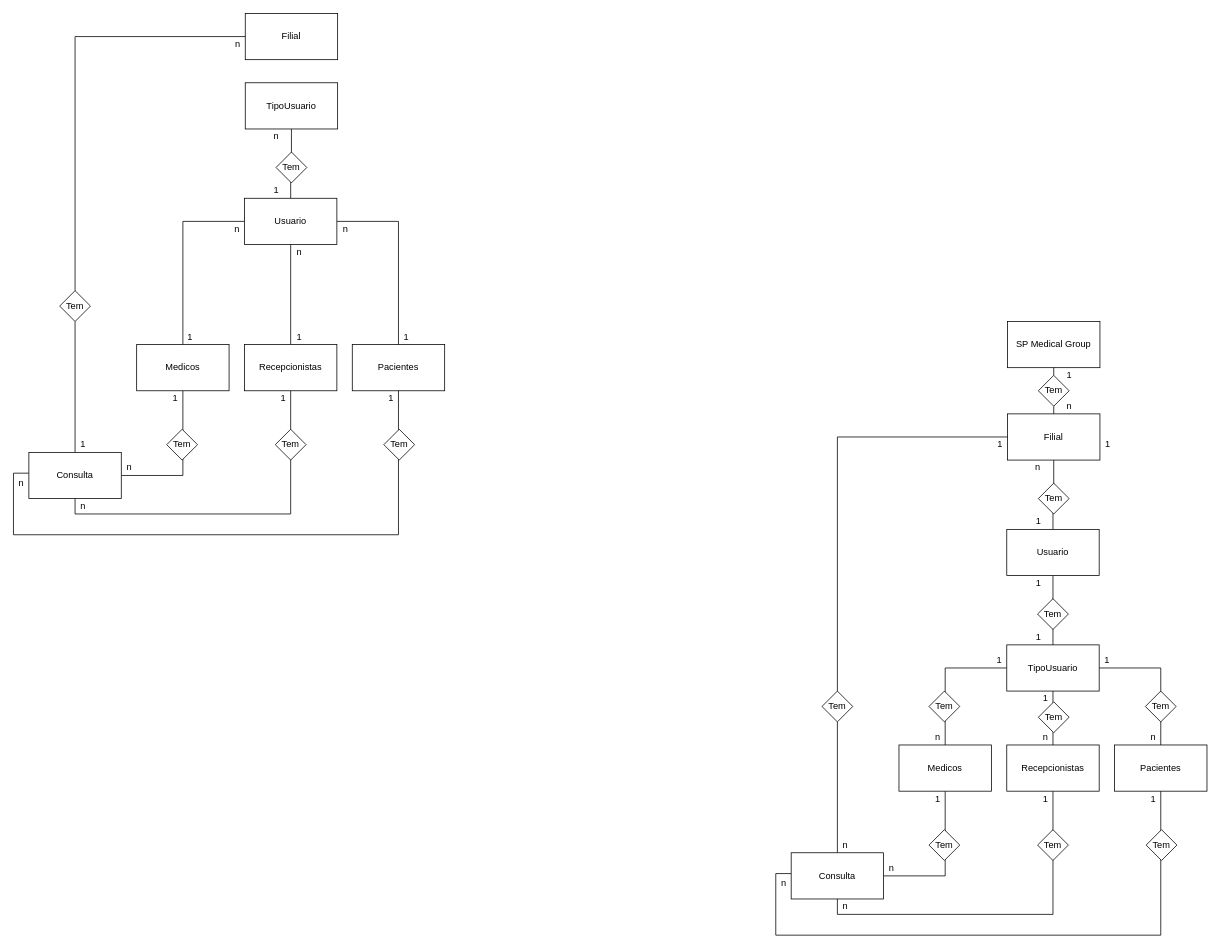
Before: Modelagem/Conceitual.drawio in AndreAzevedoCoder/senai_spmedgroup_sprints1_bd_manha_AndreAzevedo, a draw.io diagram. Source tidied: cells renumbered, new cells numbered last; positions are measured from the earlier drawing's top-left corner, leaving out a move shared by most shapes. Both pictures are drawn from the tidied source at 77%, with x=0, y=0 at pixel (13, 13).
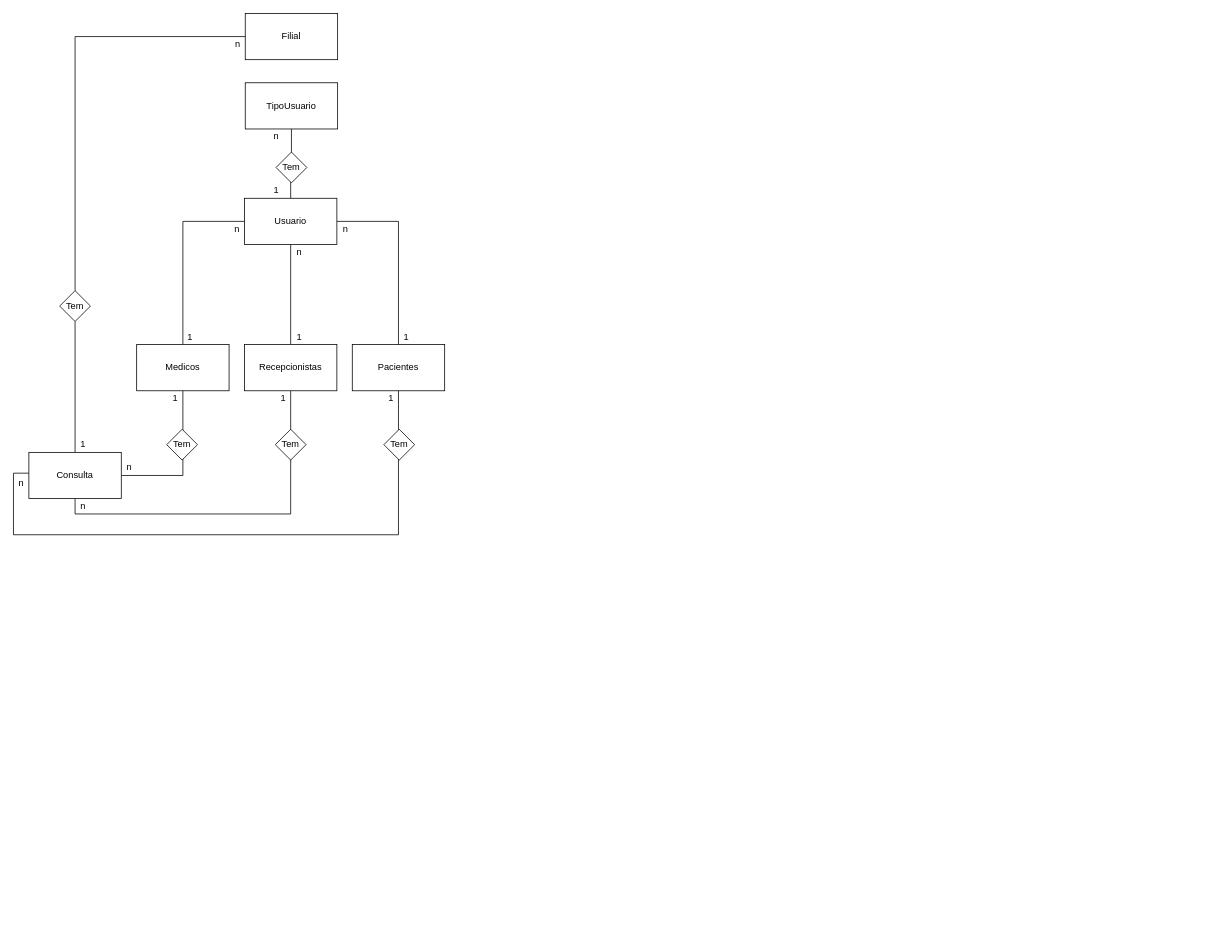
After the change.

Change to the diagram source:
```diff
@@
-    <mxCell id="33" style="edgeStyle=orthogonalEdgeStyle;rounded=0;jettySize=auto;html=1;entryX=0.5;entryY=0;entryDx=0;entryDy=0;endArrow=none;endFill=0;" parent="1" edge="1" source="55" target="42">
-      <mxGeometry relative="1" as="geometry" />
-    </mxCell>
-    <mxCell id="34" style="edgeStyle=orthogonalEdgeStyle;rounded=0;jettySize=auto;html=1;exitX=0.5;exitY=1;exitDx=0;exitDy=0;entryX=0.5;entryY=0;entryDx=0;entryDy=0;endArrow=none;endFill=0;" parent="1" edge="1" source="35" target="80">
-      <mxGeometry relative="1" as="geometry" />
-    </mxCell>
-    <mxCell id="35" value="Filial" style="rounded=0;whiteSpace=wrap;html=1;" parent="1" vertex="1">
-      <mxGeometry x="1291" y="520" width="120" height="60" as="geometry" />
-    </mxCell>
-    <mxCell id="36" style="edgeStyle=orthogonalEdgeStyle;rounded=0;jettySize=auto;html=1;exitX=0.5;exitY=1;exitDx=0;exitDy=0;entryX=0.5;entryY=0;entryDx=0;entryDy=0;endArrow=none;endFill=0;" parent="1" edge="1" source="53" target="35">
-      <mxGeometry relative="1" as="geometry" />
-    </mxCell>
-    <mxCell id="37" value="SP Medical Group" style="rounded=0;whiteSpace=wrap;html=1;" parent="1" vertex="1">
-      <mxGeometry x="1291" y="400" width="120" height="60" as="geometry" />
-    </mxCell>
-    <mxCell id="38" value="1" style="text;html=1;align=center;verticalAlign=middle;" parent="1" vertex="1">
-      <mxGeometry x="1361" y="460" width="20" height="20" as="geometry" />
-    </mxCell>
-    <mxCell id="39" value="n" style="text;html=1;align=center;verticalAlign=middle;" parent="1" vertex="1">
-      <mxGeometry x="1361" y="500" width="20" height="20" as="geometry" />
-    </mxCell>
-    <mxCell id="40" style="edgeStyle=orthogonalEdgeStyle;rounded=0;jettySize=auto;html=1;exitX=1;exitY=0.5;exitDx=0;exitDy=0;endArrow=none;endFill=0;" parent="1" edge="1" source="42" target="45">
-      <mxGeometry relative="1" as="geometry" />
-    </mxCell>
-    <mxCell id="41" style="edgeStyle=orthogonalEdgeStyle;rounded=0;jettySize=auto;html=1;endArrow=none;endFill=0;entryX=1.18;entryY=-0.21;entryDx=0;entryDy=0;entryPerimeter=0;" parent="1" edge="1" source="42" target="59">
-      <mxGeometry relative="1" as="geometry">
-        <Array as="points">
-          <mxPoint x="990" y="1117" />
-          <mxPoint x="990" y="1197" />
-          <mxPoint x="1490" y="1197" />
-          <mxPoint x="1490" y="1006" />
-        </Array>
-      </mxGeometry>
-    </mxCell>
-    <mxCell id="42" value="Consulta" style="rounded=0;whiteSpace=wrap;html=1;" parent="1" vertex="1">
-      <mxGeometry x="1010" y="1090" width="120" height="60" as="geometry" />
-    </mxCell>
-    <mxCell id="43" value="1" style="text;html=1;align=center;verticalAlign=middle;" parent="1" vertex="1">
-      <mxGeometry x="1271" y="550" width="20" height="20" as="geometry" />
-    </mxCell>
-    <mxCell id="44" value="n" style="text;html=1;align=center;verticalAlign=middle;" parent="1" vertex="1">
-      <mxGeometry x="1070" y="1070" width="20" height="20" as="geometry" />
-    </mxCell>
-    <mxCell id="45" value="Medicos" style="rounded=0;whiteSpace=wrap;html=1;" parent="1" vertex="1">
-      <mxGeometry x="1150" y="950" width="120" height="60" as="geometry" />
-    </mxCell>
-    <mxCell id="46" value="1" style="text;html=1;align=center;verticalAlign=middle;" parent="1" vertex="1">
-      <mxGeometry x="1321" y="800" width="20" height="20" as="geometry" />
-    </mxCell>
-    <mxCell id="47" value="n" style="text;html=1;align=center;verticalAlign=middle;" parent="1" vertex="1">
-      <mxGeometry x="1190" y="930" width="20" height="20" as="geometry" />
-    </mxCell>
-    <mxCell id="48" style="edgeStyle=orthogonalEdgeStyle;rounded=0;jettySize=auto;html=1;exitX=0.5;exitY=1;exitDx=0;exitDy=0;entryX=0.5;entryY=1;entryDx=0;entryDy=0;endArrow=none;endFill=0;" parent="1" edge="1" source="49" target="42">
-      <mxGeometry relative="1" as="geometry" />
-    </mxCell>
-    <mxCell id="49" value="Recepcionistas" style="rounded=0;whiteSpace=wrap;html=1;" parent="1" vertex="1">
-      <mxGeometry x="1290" y="950" width="120" height="60" as="geometry" />
-    </mxCell>
-    <mxCell id="50" value="n" style="text;html=1;align=center;verticalAlign=middle;" parent="1" vertex="1">
-      <mxGeometry x="1330" y="930" width="20" height="20" as="geometry" />
-    </mxCell>
-    <mxCell id="51" value="Pacientes" style="rounded=0;whiteSpace=wrap;html=1;" parent="1" vertex="1">
-      <mxGeometry x="1430" y="950" width="120" height="60" as="geometry" />
-    </mxCell>
-    <mxCell id="52" value="n" style="text;html=1;align=center;verticalAlign=middle;" parent="1" vertex="1">
-      <mxGeometry x="1470" y="930" width="20" height="20" as="geometry" />
-    </mxCell>
-    <mxCell id="53" value="Tem" style="rhombus;whiteSpace=wrap;html=1;" parent="1" vertex="1">
-      <mxGeometry x="1331" y="470" width="40" height="40" as="geometry" />
-    </mxCell>
-    <mxCell id="54" style="edgeStyle=orthogonalEdgeStyle;rounded=0;jettySize=auto;html=1;exitX=0.5;exitY=1;exitDx=0;exitDy=0;entryX=0.5;entryY=0;entryDx=0;entryDy=0;endArrow=none;endFill=0;" parent="1" edge="1" source="37" target="53">
-      <mxGeometry relative="1" as="geometry" />
-    </mxCell>
-    <mxCell id="55" value="Tem" style="rhombus;whiteSpace=wrap;html=1;" parent="1" vertex="1">
-      <mxGeometry x="1050" y="880" width="40" height="40" as="geometry" />
-    </mxCell>
-    <mxCell id="56" style="edgeStyle=orthogonalEdgeStyle;rounded=0;jettySize=auto;html=1;entryX=0.5;entryY=0;entryDx=0;entryDy=0;endArrow=none;endFill=0;" parent="1" edge="1" source="35" target="55">
-      <mxGeometry relative="1" as="geometry" />
-    </mxCell>
-    <mxCell id="57" value="1" style="text;html=1;align=center;verticalAlign=middle;" parent="1" vertex="1">
-      <mxGeometry x="1190" y="1010" width="20" height="20" as="geometry" />
-    </mxCell>
-    <mxCell id="58" value="1" style="text;html=1;align=center;verticalAlign=middle;" parent="1" vertex="1">
-      <mxGeometry x="1330" y="1010" width="20" height="20" as="geometry" />
-    </mxCell>
-    <mxCell id="59" value="1" style="text;html=1;align=center;verticalAlign=middle;points=[];" parent="1" vertex="1">
-      <mxGeometry x="1470" y="1010" width="20" height="20" as="geometry" />
-    </mxCell>
-    <mxCell id="60" value="n" style="text;html=1;align=center;verticalAlign=middle;" parent="1" vertex="1">
-      <mxGeometry x="1130" y="1100" width="20" height="20" as="geometry" />
-    </mxCell>
-    <mxCell id="61" value="n" style="text;html=1;align=center;verticalAlign=middle;" parent="1" vertex="1">
-      <mxGeometry x="1070" y="1150" width="20" height="20" as="geometry" />
-    </mxCell>
-    <mxCell id="62" value="Tem" style="rhombus;whiteSpace=wrap;html=1;" parent="1" vertex="1">
-      <mxGeometry x="1330" y="1060" width="40" height="40" as="geometry" />
-    </mxCell>
-    <mxCell id="63" value="Tem" style="rhombus;whiteSpace=wrap;html=1;" parent="1" vertex="1">
-      <mxGeometry x="1471" y="1060" width="40" height="40" as="geometry" />
-    </mxCell>
-    <mxCell id="64" value="Tem" style="rhombus;whiteSpace=wrap;html=1;" parent="1" vertex="1">
-      <mxGeometry x="1189" y="1060" width="40" height="40" as="geometry" />
-    </mxCell>
-    <mxCell id="65" value="1" style="text;html=1;align=center;verticalAlign=middle;" parent="1" vertex="1">
-      <mxGeometry x="1411" y="550" width="20" height="20" as="geometry" />
-    </mxCell>
-    <mxCell id="66" value="n" style="text;html=1;align=center;verticalAlign=middle;" parent="1" vertex="1">
-      <mxGeometry x="990" y="1120" width="20" height="20" as="geometry" />
-    </mxCell>
-    <mxCell id="67" style="edgeStyle=orthogonalEdgeStyle;rounded=0;jettySize=auto;html=1;exitX=0;exitY=0.5;exitDx=0;exitDy=0;endArrow=none;endFill=0;" parent="1" edge="1" source="70" target="45">
-      <mxGeometry relative="1" as="geometry" />
-    </mxCell>
-    <mxCell id="68" style="edgeStyle=orthogonalEdgeStyle;rounded=0;jettySize=auto;html=1;exitX=1;exitY=0.5;exitDx=0;exitDy=0;endArrow=none;endFill=0;" parent="1" edge="1" source="70" target="51">
-      <mxGeometry relative="1" as="geometry" />
-    </mxCell>
-    <mxCell id="69" style="edgeStyle=orthogonalEdgeStyle;rounded=0;jettySize=auto;html=1;exitX=0.5;exitY=1;exitDx=0;exitDy=0;endArrow=none;endFill=0;" parent="1" edge="1" source="70" target="49">
-      <mxGeometry relative="1" as="geometry" />
-    </mxCell>
-    <mxCell id="70" value="TipoUsuario" style="rounded=0;whiteSpace=wrap;html=1;" parent="1" vertex="1">
-      <mxGeometry x="1290" y="820" width="120" height="60" as="geometry" />
-    </mxCell>
-    <mxCell id="71" value="1" style="text;html=1;align=center;verticalAlign=middle;" parent="1" vertex="1">
-      <mxGeometry x="1270" y="830" width="20" height="20" as="geometry" />
-    </mxCell>
-    <mxCell id="72" value="1" style="text;html=1;align=center;verticalAlign=middle;" parent="1" vertex="1">
-      <mxGeometry x="1330" y="880" width="20" height="20" as="geometry" />
-    </mxCell>
-    <mxCell id="73" value="1" style="text;html=1;align=center;verticalAlign=middle;" parent="1" vertex="1">
-      <mxGeometry x="1410" y="830" width="20" height="20" as="geometry" />
-    </mxCell>
-    <mxCell id="74" value="n" style="text;html=1;align=center;verticalAlign=middle;" parent="1" vertex="1">
-      <mxGeometry x="1320" y="580" width="20" height="20" as="geometry" />
-    </mxCell>
-    <mxCell id="75" value="Tem" style="rhombus;whiteSpace=wrap;html=1;" parent="1" vertex="1">
-      <mxGeometry x="1331" y="610" width="40" height="40" as="geometry" />
-    </mxCell>
-    <mxCell id="76" value="Tem" style="rhombus;whiteSpace=wrap;html=1;" parent="1" vertex="1">
-      <mxGeometry x="1189" y="880" width="40" height="40" as="geometry" />
-    </mxCell>
-    <mxCell id="77" value="Tem" style="rhombus;whiteSpace=wrap;html=1;" parent="1" vertex="1">
-      <mxGeometry x="1470" y="880" width="40" height="40" as="geometry" />
-    </mxCell>
-    <mxCell id="78" value="Tem" style="rhombus;whiteSpace=wrap;html=1;" parent="1" vertex="1">
-      <mxGeometry x="1331" y="894" width="40" height="40" as="geometry" />
-    </mxCell>
-    <mxCell id="79" style="edgeStyle=orthogonalEdgeStyle;rounded=0;jettySize=auto;html=1;exitX=0.5;exitY=1;exitDx=0;exitDy=0;entryX=0.5;entryY=0;entryDx=0;entryDy=0;endArrow=none;endFill=0;" parent="1" edge="1" source="80" target="70">
-      <mxGeometry relative="1" as="geometry" />
-    </mxCell>
-    <mxCell id="80" value="Usuario" style="rounded=0;whiteSpace=wrap;html=1;" parent="1" vertex="1">
-      <mxGeometry x="1290" y="670" width="120" height="60" as="geometry" />
-    </mxCell>
-    <mxCell id="81" value="Tem" style="rhombus;whiteSpace=wrap;html=1;" parent="1" vertex="1">
-      <mxGeometry x="1330" y="760" width="40" height="40" as="geometry" />
-    </mxCell>
-    <mxCell id="82" value="1" style="text;html=1;align=center;verticalAlign=middle;" parent="1" vertex="1">
-      <mxGeometry x="1321" y="730" width="20" height="20" as="geometry" />
-    </mxCell>
-    <mxCell id="83" value="1" style="text;html=1;align=center;verticalAlign=middle;" parent="1" vertex="1">
-      <mxGeometry x="1321" y="650" width="20" height="20" as="geometry" />
-    </mxCell>
```
